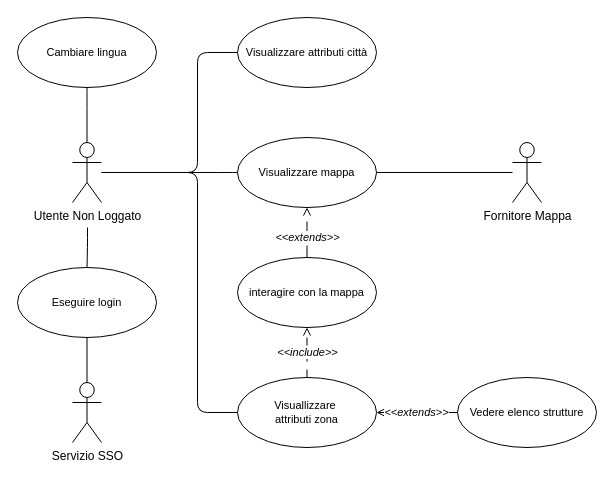
The draw.io diagram page "nonloggato" (4 of 6) of deliverable/images/UseCase_diagrams/UseCase.drawio in lucafano04/progettoIngenieriaSoftware, before the edit. Source tidied: cells renumbered, new cells numbered last; positions are measured from the earlier drawing's top-left corner, leaving out a move shared by most shapes. Both pictures are drawn from the tidied source at 100%, with x=0, y=0 at pixel (17, 17).
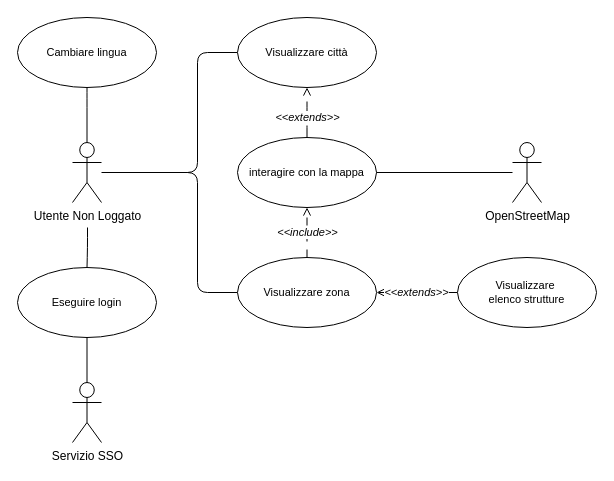
The same diagram, later.

Unchanged cells that the change refers to:
```xml
<mxCell id="7" value="Utente Non Loggato" style="shape=umlActor;verticalLabelPosition=bottom;verticalAlign=top;html=1;outlineConnect=0;" parent="1" vertex="1">
  <mxGeometry x="55" y="125" width="29" height="60" as="geometry" />
</mxCell>
```

Change to the diagram source:
```diff
@@
     <mxCell id="3" style="edgeStyle=orthogonalEdgeStyle;rounded=1;jettySize=auto;html=1;entryX=0;entryY=0.5;entryDx=0;entryDy=0;endArrow=none;endFill=0;curved=0;" parent="1" edge="1" source="7" target="13">
       <mxGeometry relative="1" as="geometry">
         <Array as="points">
           <mxPoint x="180" y="155" />
-          <mxPoint x="180" y="395" />
+          <mxPoint x="180" y="275" />
         </Array>
       </mxGeometry>
     </mxCell>
     <mxCell id="4" style="edgeStyle=orthogonalEdgeStyle;rounded=1;jettySize=auto;html=1;curved=0;endArrow=none;endFill=0;entryX=0;entryY=0.5;entryDx=0;entryDy=0;" parent="1" edge="1" target="11">
       <mxGeometry relative="1" as="geometry">
         <mxPoint x="86" y="155" as="sourcePoint" />
         <Array as="points">
-          <mxPoint x="210" y="155" />
-          <mxPoint x="210" y="155" />
+          <mxPoint x="180" y="155" />
+          <mxPoint x="180" y="35" />
         </Array>
       </mxGeometry>
     </mxCell>
@@
-    <mxCell id="6" style="edgeStyle=orthogonalEdgeStyle;rounded=1;jettySize=auto;html=1;entryX=0;entryY=0.5;entryDx=0;entryDy=0;curved=0;endArrow=none;endFill=0;" parent="1" edge="1" source="7" target="20">
-      <mxGeometry relative="1" as="geometry">
-        <Array as="points">
-          <mxPoint x="180" y="155" />
-          <mxPoint x="180" y="35" />
-        </Array>
-      </mxGeometry>
-    </mxCell>
@@
-    <mxCell id="11" value="Visualizzare mappa" style="ellipse;whiteSpace=wrap;html=1;fontFamily=Helvetica;fontSize=11;fontColor=default;labelBackgroundColor=default;" parent="1" vertex="1">
-      <mxGeometry x="220" y="120" width="139" height="70" as="geometry" />
+    <mxCell id="11" value="Visualizzare città" style="ellipse;whiteSpace=wrap;html=1;fontFamily=Helvetica;fontSize=11;fontColor=default;labelBackgroundColor=default;" parent="1" vertex="1">
+      <mxGeometry x="220" width="139" height="70" as="geometry" />
     </mxCell>
@@
-    <mxCell id="13" value="Visuallizzare&amp;nbsp;&lt;div&gt;attributi zona&lt;/div&gt;" style="ellipse;whiteSpace=wrap;html=1;fontFamily=Helvetica;fontSize=11;fontColor=default;labelBackgroundColor=default;" parent="1" vertex="1">
-      <mxGeometry x="220" y="360" width="139" height="70" as="geometry" />
+    <mxCell id="13" value="Visualizzare zona" style="ellipse;whiteSpace=wrap;html=1;fontFamily=Helvetica;fontSize=11;fontColor=default;labelBackgroundColor=default;" parent="1" vertex="1">
+      <mxGeometry x="220" y="240" width="139" height="70" as="geometry" />
     </mxCell>
     <mxCell id="14" value="&lt;i&gt;&amp;lt;&amp;lt;extends&amp;gt;&amp;gt;&lt;/i&gt;" style="edgeStyle=orthogonalEdgeStyle;rounded=1;jettySize=auto;html=1;entryX=0.5;entryY=1;entryDx=0;entryDy=0;curved=0;dashed=1;dashPattern=12 12;endArrow=open;endFill=0;exitX=0.5;exitY=0;exitDx=0;exitDy=0;" parent="1" edge="1" source="17" target="11">
       <mxGeometry x="-0.2" relative="1" as="geometry">
         <Array as="points">
-          <mxPoint x="290" y="220" />
-          <mxPoint x="290" y="195" />
+          <mxPoint x="290" y="100" />
+          <mxPoint x="290" y="75" />
         </Array>
       </mxGeometry>
     </mxCell>
@@
-    <mxCell id="16" value="Vedere elenco strutture" style="ellipse;whiteSpace=wrap;html=1;fontFamily=Helvetica;fontSize=11;fontColor=default;labelBackgroundColor=default;" parent="1" vertex="1">
-      <mxGeometry x="440" y="360" width="139" height="70" as="geometry" />
+    <mxCell id="16" value="Visualizzare&amp;nbsp;&lt;div&gt;elenco strutture&lt;/div&gt;" style="ellipse;whiteSpace=wrap;html=1;fontFamily=Helvetica;fontSize=11;fontColor=default;labelBackgroundColor=default;" parent="1" vertex="1">
+      <mxGeometry x="440" y="240" width="139" height="70" as="geometry" />
     </mxCell>
     <mxCell id="17" value="interagire con la mappa" style="ellipse;whiteSpace=wrap;html=1;fontFamily=Helvetica;fontSize=11;fontColor=default;labelBackgroundColor=default;" parent="1" vertex="1">
-      <mxGeometry x="220" y="240" width="139" height="70" as="geometry" />
+      <mxGeometry x="220" y="120" width="139" height="70" as="geometry" />
     </mxCell>
-    <mxCell id="18" style="edgeStyle=orthogonalEdgeStyle;rounded=1;jettySize=auto;html=1;entryX=1;entryY=0.5;entryDx=0;entryDy=0;endArrow=none;endFill=0;curved=0;" parent="1" edge="1" source="19" target="11">
+    <mxCell id="18" style="edgeStyle=orthogonalEdgeStyle;rounded=1;jettySize=auto;html=1;entryX=1;entryY=0.5;entryDx=0;entryDy=0;endArrow=none;endFill=0;curved=0;" parent="1" edge="1" source="19" target="17">
       <mxGeometry relative="1" as="geometry" />
     </mxCell>
-    <mxCell id="19" value="Fornitore Mappa" style="shape=umlActor;verticalLabelPosition=bottom;verticalAlign=top;html=1;outlineConnect=0;" parent="1" vertex="1">
+    <mxCell id="19" value="OpenStreetMap" style="shape=umlActor;verticalLabelPosition=bottom;verticalAlign=top;html=1;outlineConnect=0;" parent="1" vertex="1">
       <mxGeometry x="495" y="125" width="29" height="60" as="geometry" />
     </mxCell>
-    <mxCell id="20" value="Visualizzare attributi città" style="ellipse;whiteSpace=wrap;html=1;fontFamily=Helvetica;fontSize=11;fontColor=default;labelBackgroundColor=default;" parent="1" vertex="1">
-      <mxGeometry x="220" width="139" height="70" as="geometry" />
-    </mxCell>
```
